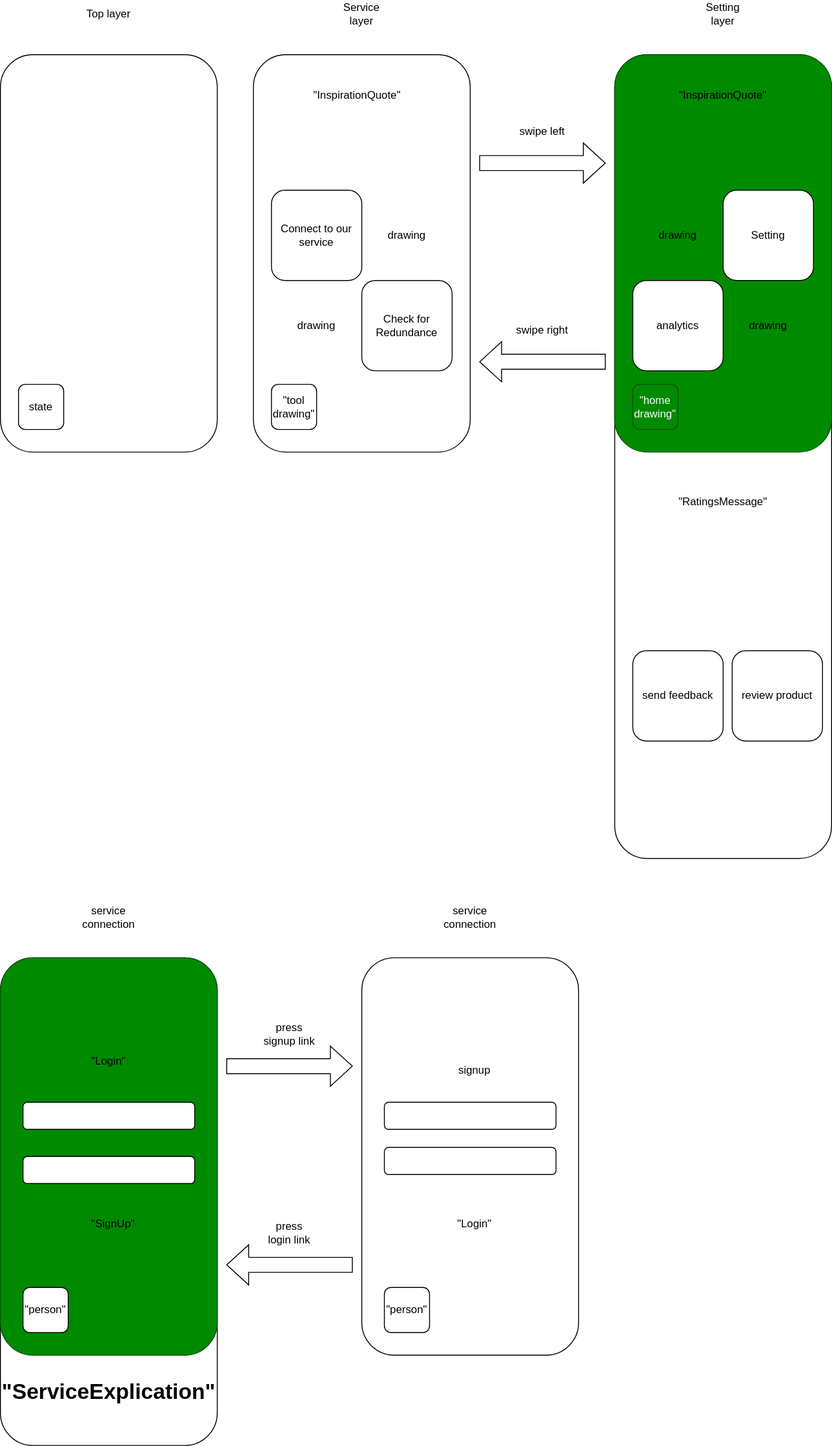
Earlier version of the draw.io export RoughDraftFrontend.drawio.svg (MAUI-SI-IOS/Dupe). Source tidied: cells renumbered, new cells last; positions are measured from the earlier drawing's top-left corner, leaving out a move shared by most shapes.
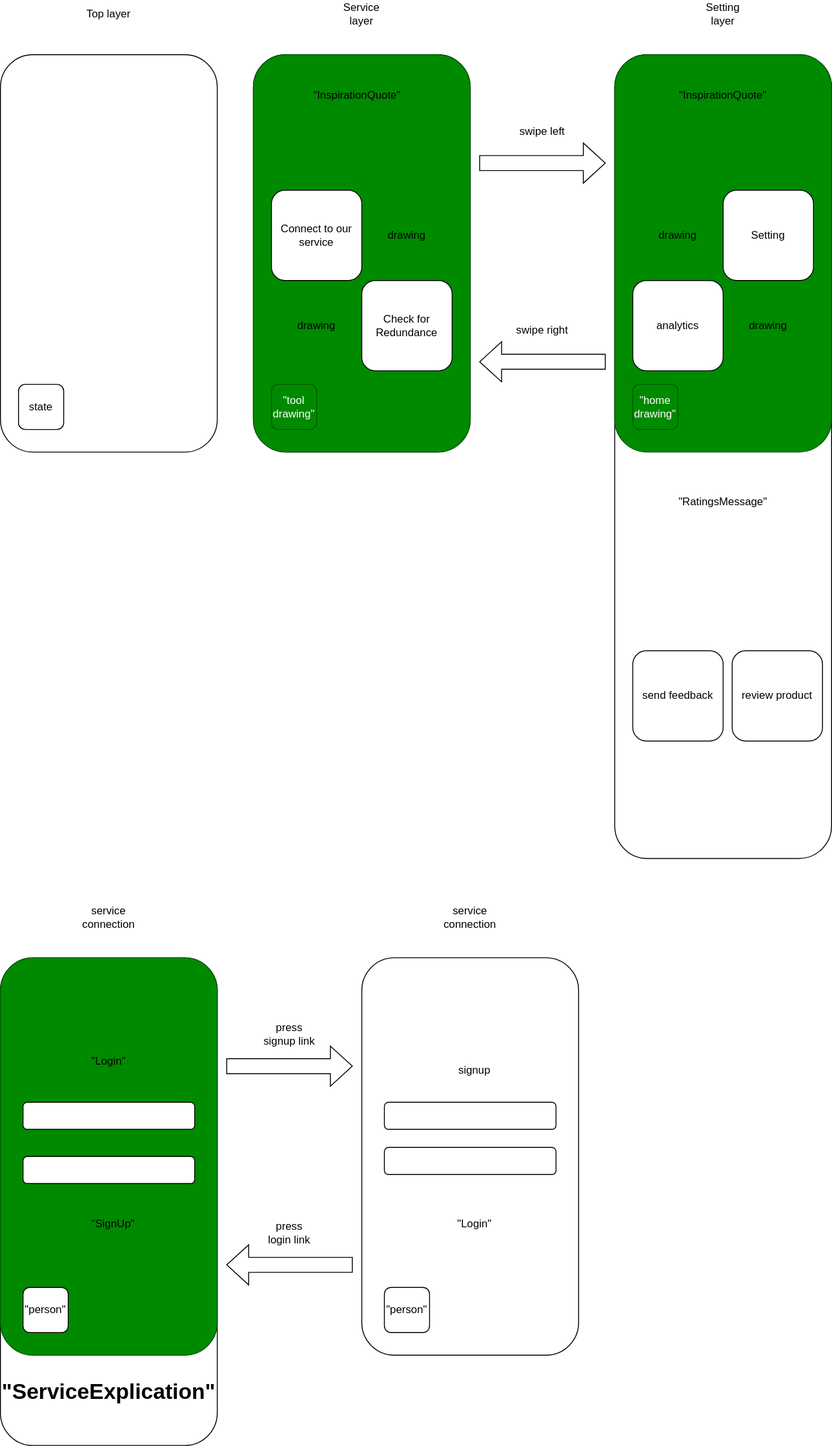
Above is the later version.

Commit message:
Mettre à jour RoughDraftFrontend.drawio.svg

What changed in the source:
```diff
@@ -5,6 +5,9 @@
     <mxCell id="2" style="rounded=1;whiteSpace=wrap;html=1;" parent="1" vertex="1">
       <mxGeometry x="280" y="60" width="240" height="440" as="geometry" />
     </mxCell>
+    <mxCell id="50" style="rounded=1;whiteSpace=wrap;html=1;fillColor=#008a00;fontColor=#ffffff;strokeColor=#005700;" parent="1" vertex="1">
+      <mxGeometry x="280" y="60" width="240" height="440" as="geometry" />
+    </mxCell>
     <mxCell id="3" value="Connect to our service" style="rounded=1;whiteSpace=wrap;html=1;" parent="1" vertex="1">
       <mxGeometry x="300" y="210" width="100" height="100" as="geometry" />
     </mxCell>
@@ -56,7 +59,7 @@
     <mxCell id="19" value="state" style="rounded=1;whiteSpace=wrap;html=1;" parent="1" vertex="1">
       <mxGeometry x="20" y="425" width="50" height="50" as="geometry" />
     </mxCell>
-    <mxCell id="20" value="&quot;tool drawing&quot;" style="rounded=1;whiteSpace=wrap;html=1;" parent="1" vertex="1">
+    <mxCell id="20" value="&quot;tool drawing&quot;" style="rounded=1;whiteSpace=wrap;html=1;fillColor=#008a00;fontColor=#ffffff;strokeColor=light-dark(#005700,#FFFFFF);" parent="1" vertex="1">
       <mxGeometry x="300" y="425" width="50" height="50" as="geometry" />
     </mxCell>
     <mxCell id="21" value="&quot;home drawing&quot;" style="rounded=1;whiteSpace=wrap;html=1;fillColor=#008a00;fontColor=#ffffff;strokeColor=light-dark(#005700, #ffffff);" parent="1" vertex="1">
```
